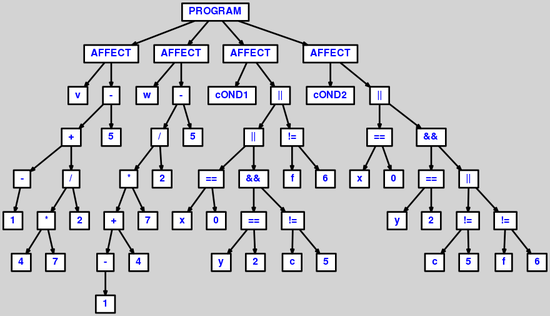
The Graphviz diagram AST/ASTtestkifoire.png in AOSauron/compiler-clooc, before a commit. Its source is kept beside it as AST/ASTtestkifoire.dot.
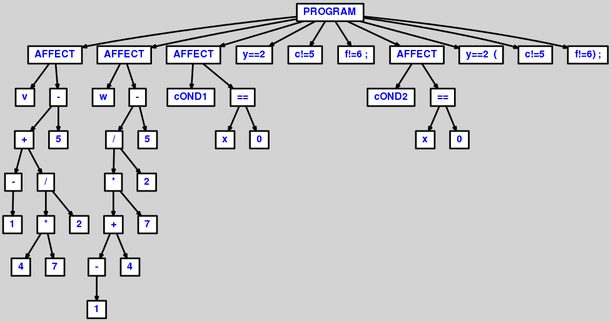
After the commit.

What changed in the source:
```diff
@@ -46,53 +46,23 @@
   n25 [label="AFFECT"];
   n25 [label="AFFECT"];
   n26 [label="cOND1"];
-  n27 [label="||"];
-  n27 [label="||"];
-  n28 [label="||"];
-  n28 [label="||"];
-  n29 [label="=="];
-  n29 [label="=="];
-  n30 [label="x"];
-  n31 [label="0"];
-  n32 [label="&&"];
-  n32 [label="&&"];
-  n33 [label="=="];
-  n33 [label="=="];
-  n34 [label="y"];
-  n35 [label="2"];
-  n36 [label="!="];
-  n36 [label="!="];
-  n37 [label="c"];
-  n38 [label="5"];
-  n39 [label="!="];
-  n39 [label="!="];
-  n40 [label="f"];
-  n41 [label="6"];
-  n42 [label="AFFECT"];
-  n42 [label="AFFECT"];
-  n43 [label="cOND2"];
-  n44 [label="||"];
-  n44 [label="||"];
-  n45 [label="=="];
-  n45 [label="=="];
-  n46 [label="x"];
-  n47 [label="0"];
-  n48 [label="&&"];
-  n48 [label="&&"];
-  n49 [label="=="];
-  n49 [label="=="];
-  n50 [label="y"];
-  n51 [label="2"];
-  n52 [label="||"];
-  n52 [label="||"];
-  n53 [label="!="];
-  n53 [label="!="];
-  n54 [label="c"];
-  n55 [label="5"];
-  n56 [label="!="];
-  n56 [label="!="];
-  n57 [label="f"];
-  n58 [label="6"];
+  n27 [label="=="];
+  n27 [label="=="];
+  n28 [label="x"];
+  n29 [label="0"];
+  n30 [label="y==2"];
+  n31 [label="c!=5"];
+  n32 [label="f!=6 ;"];
+  n33 [label="AFFECT"];
+  n33 [label="AFFECT"];
+  n34 [label="cOND2"];
+  n35 [label="=="];
+  n35 [label="=="];
+  n36 [label="x"];
+  n37 [label="0"];
+  n38 [label="y==2  ("];
+  n39 [label="c!=5"];
+  n40 [label="f!=6) ;"];
 
   n0 -> n1 // "PROGRAM" -> "AFFECT"
   n1 -> n2 // "AFFECT" -> "v"
@@ -120,37 +90,19 @@
   n15 -> n24 // "-" -> "5"
   n0 -> n25 // "PROGRAM" -> "AFFECT"
   n25 -> n26 // "AFFECT" -> "cOND1"
-  n25 -> n27 // "AFFECT" -> "||"
-  n27 -> n28 // "||" -> "||"
-  n28 -> n29 // "||" -> "=="
-  n29 -> n30 // "==" -> "x"
-  n29 -> n31 // "==" -> "0"
-  n28 -> n32 // "||" -> "&&"
-  n32 -> n33 // "&&" -> "=="
-  n33 -> n34 // "==" -> "y"
-  n33 -> n35 // "==" -> "2"
-  n32 -> n36 // "&&" -> "!="
-  n36 -> n37 // "!=" -> "c"
-  n36 -> n38 // "!=" -> "5"
-  n27 -> n39 // "||" -> "!="
-  n39 -> n40 // "!=" -> "f"
-  n39 -> n41 // "!=" -> "6"
-  n0 -> n42 // "PROGRAM" -> "AFFECT"
-  n42 -> n43 // "AFFECT" -> "cOND2"
-  n42 -> n44 // "AFFECT" -> "||"
-  n44 -> n45 // "||" -> "=="
-  n45 -> n46 // "==" -> "x"
-  n45 -> n47 // "==" -> "0"
-  n44 -> n48 // "||" -> "&&"
-  n48 -> n49 // "&&" -> "=="
-  n49 -> n50 // "==" -> "y"
-  n49 -> n51 // "==" -> "2"
-  n48 -> n52 // "&&" -> "||"
-  n52 -> n53 // "||" -> "!="
-  n53 -> n54 // "!=" -> "c"
-  n53 -> n55 // "!=" -> "5"
-  n52 -> n56 // "||" -> "!="
-  n56 -> n57 // "!=" -> "f"
-  n56 -> n58 // "!=" -> "6"
+  n25 -> n27 // "AFFECT" -> "=="
+  n27 -> n28 // "==" -> "x"
+  n27 -> n29 // "==" -> "0"
+  n0 -> n30 // "PROGRAM" -> "y==2"
+  n0 -> n31 // "PROGRAM" -> "c!=5"
+  n0 -> n32 // "PROGRAM" -> "f!=6 ;"
+  n0 -> n33 // "PROGRAM" -> "AFFECT"
+  n33 -> n34 // "AFFECT" -> "cOND2"
+  n33 -> n35 // "AFFECT" -> "=="
+  n35 -> n36 // "==" -> "x"
+  n35 -> n37 // "==" -> "0"
+  n0 -> n38 // "PROGRAM" -> "y==2  ("
+  n0 -> n39 // "PROGRAM" -> "c!=5"
+  n0 -> n40 // "PROGRAM" -> "f!=6) ;"
 
 }
```
